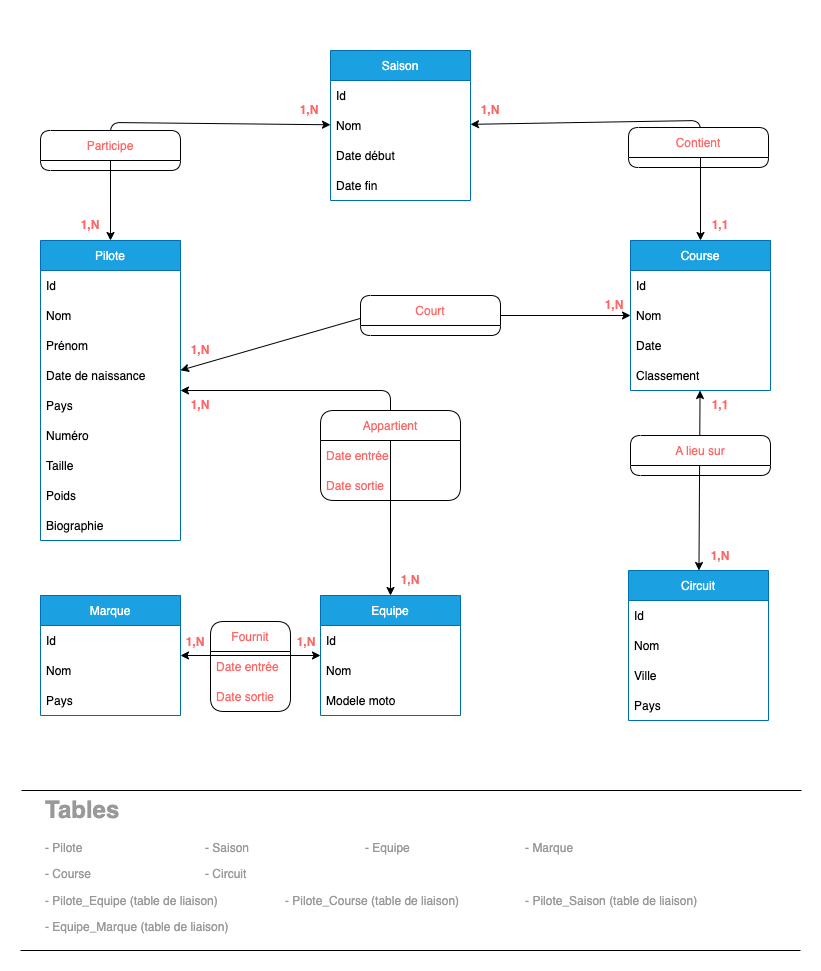
Karine-Bauch/API-MotoGP-V2 keeps this draw.io diagram as conception/MCD.png. Above is the earlier version. Source tidied: cells renumbered, new cells last; positions are measured from the earlier drawing's top-left corner, leaving out a move shared by most shapes.
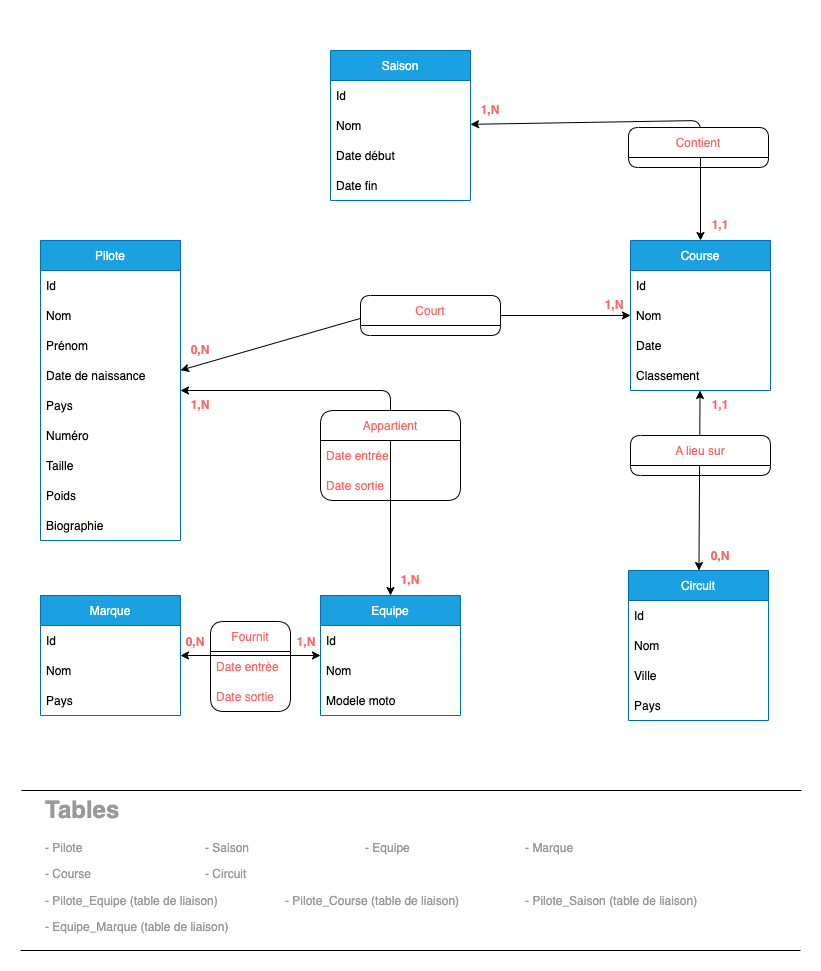
After the commit.

Diff of the diagram source:
```diff
@@ -104,13 +104,6 @@
     <mxCell id="35" value="Pays" style="text;strokeColor=none;fillColor=none;align=left;verticalAlign=middle;spacingLeft=4;spacingRight=4;overflow=hidden;" parent="31" vertex="1">
       <mxGeometry y="120" width="140" height="30" as="geometry" />
     </mxCell>
-    <mxCell id="36" style="endArrow=classic;startArrow=classic;html=1;" parent="1" edge="1" source="3" target="13">
-      <mxGeometry relative="1" as="geometry">
-        <Array as="points">
-          <mxPoint x="110" y="122" />
-        </Array>
-      </mxGeometry>
-    </mxCell>
     <mxCell id="37" style="endArrow=classic;startArrow=classic;html=1;" parent="1" edge="1" source="3" target="18">
       <mxGeometry relative="1" as="geometry">
         <Array as="points">
@@ -131,15 +124,6 @@
     <mxCell id="40" style="endArrow=classic;startArrow=classic;html=1;" parent="1" edge="1" source="31" target="26">
       <mxGeometry relative="1" as="geometry" />
     </mxCell>
-    <mxCell id="41" value="1,N" style="text;html=1;strokeColor=none;fillColor=none;align=center;verticalAlign=middle;whiteSpace=wrap;rounded=0;fontStyle=1;fontColor=#FF6666;" parent="1" vertex="1">
-      <mxGeometry x="60" y="210" width="60" height="30" as="geometry" />
-    </mxCell>
-    <mxCell id="42" value="1,N" style="text;html=1;strokeColor=none;fillColor=none;align=center;verticalAlign=middle;whiteSpace=wrap;rounded=0;fontStyle=1;fontColor=#FF6666;" parent="1" vertex="1">
-      <mxGeometry x="279" y="95" width="60" height="30" as="geometry" />
-    </mxCell>
-    <mxCell id="43" value="Participe" style="swimlane;fontStyle=0;horizontal=1;startSize=30;fontColor=#FF6666;rounded=1;" parent="1" vertex="1">
-      <mxGeometry x="40" y="130" width="140" height="40" as="geometry" />
-    </mxCell>
     <mxCell id="44" value="Appartient" style="swimlane;fontStyle=0;horizontal=1;startSize=30;fontColor=#FF6666;rounded=1;" parent="1" vertex="1">
       <mxGeometry x="320" y="410" width="140" height="90" as="geometry" />
     </mxCell>
@@ -167,7 +151,7 @@
     <mxCell id="52" value="1,N" style="text;html=1;strokeColor=none;fillColor=none;align=center;verticalAlign=middle;whiteSpace=wrap;rounded=0;fontStyle=1;fontColor=#FF6666;" parent="1" vertex="1">
       <mxGeometry x="276" y="627" width="60" height="30" as="geometry" />
     </mxCell>
-    <mxCell id="53" value="1,N" style="text;html=1;strokeColor=none;fillColor=none;align=center;verticalAlign=middle;whiteSpace=wrap;rounded=0;fontStyle=1;fontColor=#FF6666;" parent="1" vertex="1">
+    <mxCell id="53" value="0,N" style="text;html=1;strokeColor=none;fillColor=none;align=center;verticalAlign=middle;whiteSpace=wrap;rounded=0;fontStyle=1;fontColor=#FF6666;" parent="1" vertex="1">
       <mxGeometry x="165" y="627" width="60" height="30" as="geometry" />
     </mxCell>
     <mxCell id="54" style="endArrow=classic;startArrow=classic;html=1;fontColor=#FF6666;" parent="1" edge="1" source="3" target="26">
@@ -180,7 +164,7 @@
     <mxCell id="55" value="Court" style="swimlane;fontStyle=0;horizontal=1;startSize=30;fontColor=#FF6666;rounded=1;" parent="1" vertex="1">
       <mxGeometry x="360" y="295" width="140" height="40" as="geometry" />
     </mxCell>
-    <mxCell id="56" value="1,N&lt;span style=&quot;color: rgba(0 , 0 , 0 , 0) ; font-family: monospace ; font-size: 0px ; font-weight: 400&quot;&gt;%3CmxGraphModel%3E%3Croot%3E%3CmxCell%20id%3D%220%22%2F%3E%3CmxCell%20id%3D%221%22%20parent%3D%220%22%2F%3E%3CmxCell%20id%3D%222%22%20value%3D%221%2CN%22%20style%3D%22text%3Bhtml%3D1%3BstrokeColor%3Dnone%3BfillColor%3Dnone%3Balign%3Dcenter%3BverticalAlign%3Dmiddle%3BwhiteSpace%3Dwrap%3Brounded%3D0%3BfontStyle%3D1%3BfontColor%3D%23FF6666%3B%22%20vertex%3D%221%22%20parent%3D%221%22%3E%3CmxGeometry%20x%3D%22460%22%20y%3D%2253%22%20width%3D%2260%22%20height%3D%2230%22%20as%3D%22geometry%22%2F%3E%3C%2FmxCell%3E%3C%2Froot%3E%3C%2FmxGraphModel%3E&lt;/span&gt;" style="text;html=1;strokeColor=none;fillColor=none;align=center;verticalAlign=middle;whiteSpace=wrap;rounded=0;fontStyle=1;fontColor=#FF6666;" parent="1" vertex="1">
+    <mxCell id="56" value="0,N&lt;span style=&quot;color: rgba(0 , 0 , 0 , 0) ; font-family: monospace ; font-size: 0px ; font-weight: 400&quot;&gt;%3CmxGraphModel%3E%3Croot%3E%3CmxCell%20id%3D%220%22%2F%3E%3CmxCell%20id%3D%221%22%20parent%3D%220%22%2F%3E%3CmxCell%20id%3D%222%22%20value%3D%221%2CN%22%20style%3D%22text%3Bhtml%3D1%3BstrokeColor%3Dnone%3BfillColor%3Dnone%3Balign%3Dcenter%3BverticalAlign%3Dmiddle%3BwhiteSpace%3Dwrap%3Brounded%3D0%3BfontStyle%3D1%3BfontColor%3D%23FF6666%3B%22%20vertex%3D%221%22%20parent%3D%221%22%3E%3CmxGeometry%20x%3D%22460%22%20y%3D%2253%22%20width%3D%2260%22%20height%3D%2230%22%20as%3D%22geometry%22%2F%3E%3C%2FmxCell%3E%3C%2Froot%3E%3C%2FmxGraphModel%3E&lt;/span&gt;" style="text;html=1;strokeColor=none;fillColor=none;align=center;verticalAlign=middle;whiteSpace=wrap;rounded=0;fontStyle=1;fontColor=#FF6666;" parent="1" vertex="1">
       <mxGeometry x="170" y="335" width="60" height="30" as="geometry" />
     </mxCell>
     <mxCell id="57" value="A lieu sur" style="swimlane;fontStyle=0;horizontal=1;startSize=30;fontColor=#FF6666;rounded=1;" parent="1" vertex="1">
@@ -201,7 +185,7 @@
     <mxCell id="62" value="1,1" style="text;html=1;strokeColor=none;fillColor=none;align=center;verticalAlign=middle;whiteSpace=wrap;rounded=0;fontStyle=1;fontColor=#FF6666;" parent="1" vertex="1">
       <mxGeometry x="690" y="390" width="60" height="30" as="geometry" />
     </mxCell>
-    <mxCell id="63" value="1,N" style="text;html=1;strokeColor=none;fillColor=none;align=center;verticalAlign=middle;whiteSpace=wrap;rounded=0;fontStyle=1;fontColor=#FF6666;" parent="1" vertex="1">
+    <mxCell id="63" value="0,N" style="text;html=1;strokeColor=none;fillColor=none;align=center;verticalAlign=middle;whiteSpace=wrap;rounded=0;fontStyle=1;fontColor=#FF6666;" parent="1" vertex="1">
       <mxGeometry x="690" y="541" width="60" height="30" as="geometry" />
     </mxCell>
     <mxCell id="64" value="&lt;h1&gt;&lt;font&gt;Tables&lt;/font&gt;&lt;/h1&gt;&lt;p&gt;&lt;font&gt;- Pilote&amp;nbsp;&lt;span style=&quot;white-space: pre&quot;&gt;&#9;&lt;/span&gt;&lt;span style=&quot;white-space: pre&quot;&gt;&#9;&lt;/span&gt;&lt;span style=&quot;white-space: pre&quot;&gt;&#9;&lt;/span&gt;&lt;span style=&quot;white-space: pre&quot;&gt;&#9;&lt;/span&gt;&lt;span style=&quot;white-space: pre&quot;&gt;&#9;&lt;/span&gt;&lt;/font&gt;&lt;span&gt;- Saison&amp;nbsp;&lt;span style=&quot;white-space: pre&quot;&gt;&#9;&lt;/span&gt;&lt;span style=&quot;white-space: pre&quot;&gt;&#9;&lt;/span&gt;&lt;span style=&quot;white-space: pre&quot;&gt;&#9;&lt;/span&gt;&lt;span style=&quot;white-space: pre&quot;&gt;&#9;&lt;/span&gt;&lt;span style=&quot;white-space: pre&quot;&gt;&#9;&lt;/span&gt;&lt;/span&gt;&lt;span&gt;- Equipe&amp;nbsp;&lt;span style=&quot;white-space: pre&quot;&gt;&#9;&lt;/span&gt;&lt;span style=&quot;white-space: pre&quot;&gt;&#9;&lt;/span&gt;&lt;span style=&quot;white-space: pre&quot;&gt;&#9;&lt;/span&gt;&lt;span style=&quot;white-space: pre&quot;&gt;&#9;&lt;/span&gt;&lt;span style=&quot;white-space: pre&quot;&gt;&#9;&lt;/span&gt;&lt;/span&gt;&lt;span&gt;- Marque&lt;/span&gt;&lt;/p&gt;&lt;p&gt;&lt;font&gt;- Course&amp;nbsp;&lt;span style=&quot;white-space: pre&quot;&gt;&#9;&lt;/span&gt;&lt;span style=&quot;white-space: pre&quot;&gt;&#9;&lt;/span&gt;&lt;span style=&quot;white-space: pre&quot;&gt;&#9;&lt;/span&gt;&lt;span style=&quot;white-space: pre&quot;&gt;&#9;&lt;/span&gt;&lt;span style=&quot;white-space: pre&quot;&gt;&#9;&lt;/span&gt;&lt;/font&gt;&lt;span&gt;- Circuit&lt;/span&gt;&lt;/p&gt;&lt;p&gt;- Pilote_Equipe (table de liaison) &lt;span style=&quot;white-space: pre&quot;&gt;&#9;&lt;/span&gt;&lt;span style=&quot;white-space: pre&quot;&gt;&#9;&lt;/span&gt;&lt;span style=&quot;white-space: pre&quot;&gt;&#9;&lt;/span&gt;- Pilote_Course (table de liaison) &lt;span style=&quot;white-space: pre&quot;&gt;&#9;&lt;/span&gt;&lt;span style=&quot;white-space: pre&quot;&gt;&#9;&lt;/span&gt;&lt;span style=&quot;white-space: pre&quot;&gt;&#9;&lt;/span&gt;- Pilote_Saison (table de liaison)&lt;/p&gt;&lt;p&gt;- Equipe_Marque (table de liaison)&lt;/p&gt;" style="text;html=1;strokeColor=none;fillColor=none;spacing=5;spacingTop=-20;whiteSpace=wrap;overflow=hidden;rounded=0;fontColor=#999999;" parent="1" vertex="1">
```
